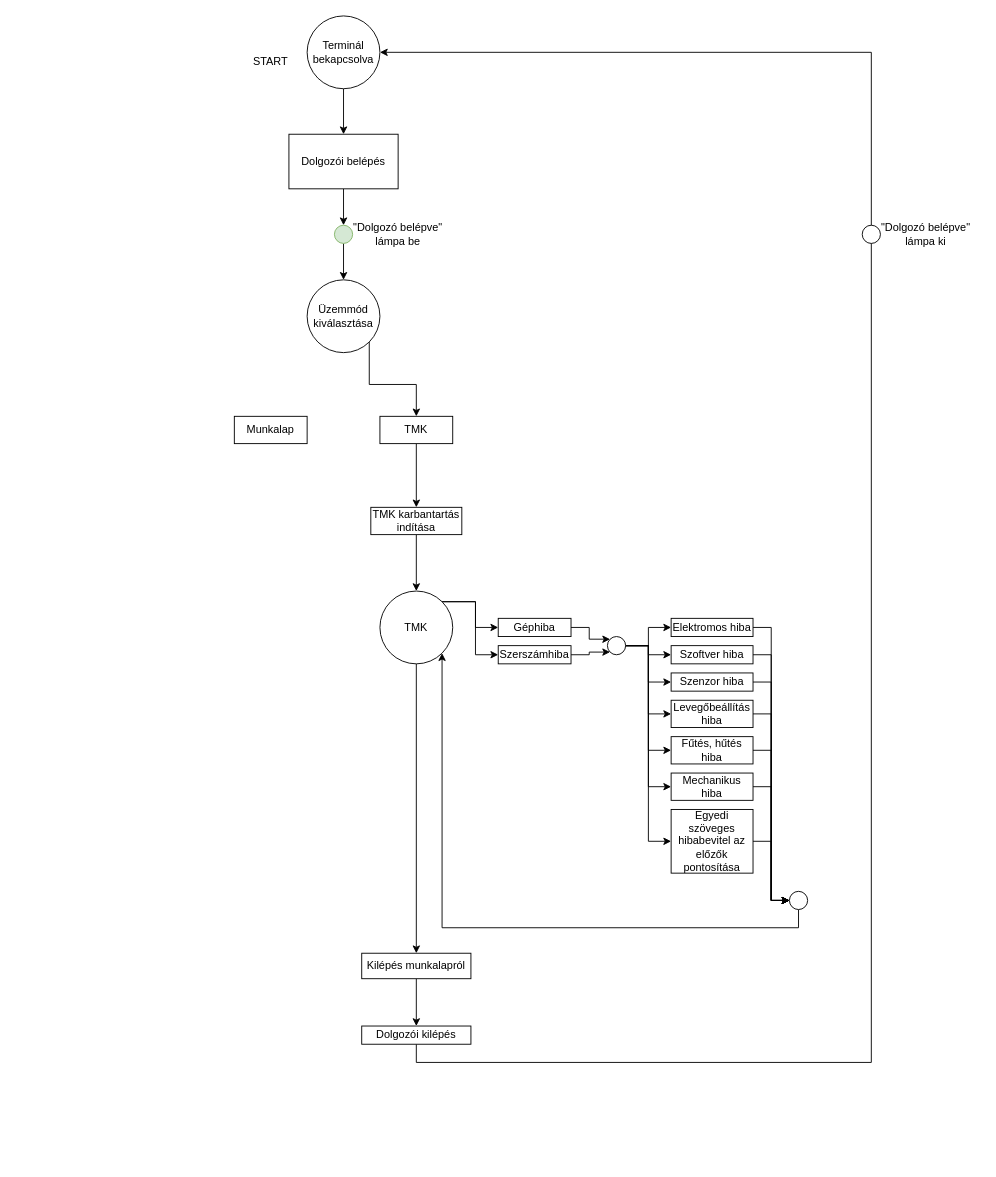
Before: mesterminal_flowchart.drawio in KerteszZoltan/mesterminal, a draw.io diagram. Source tidied: cells renumbered, new cells numbered last; positions are measured from the earlier drawing's top-left corner, leaving out a move shared by most shapes. Both pictures are drawn from the tidied source at 91%, with x=0, y=0 at pixel (234, 15).
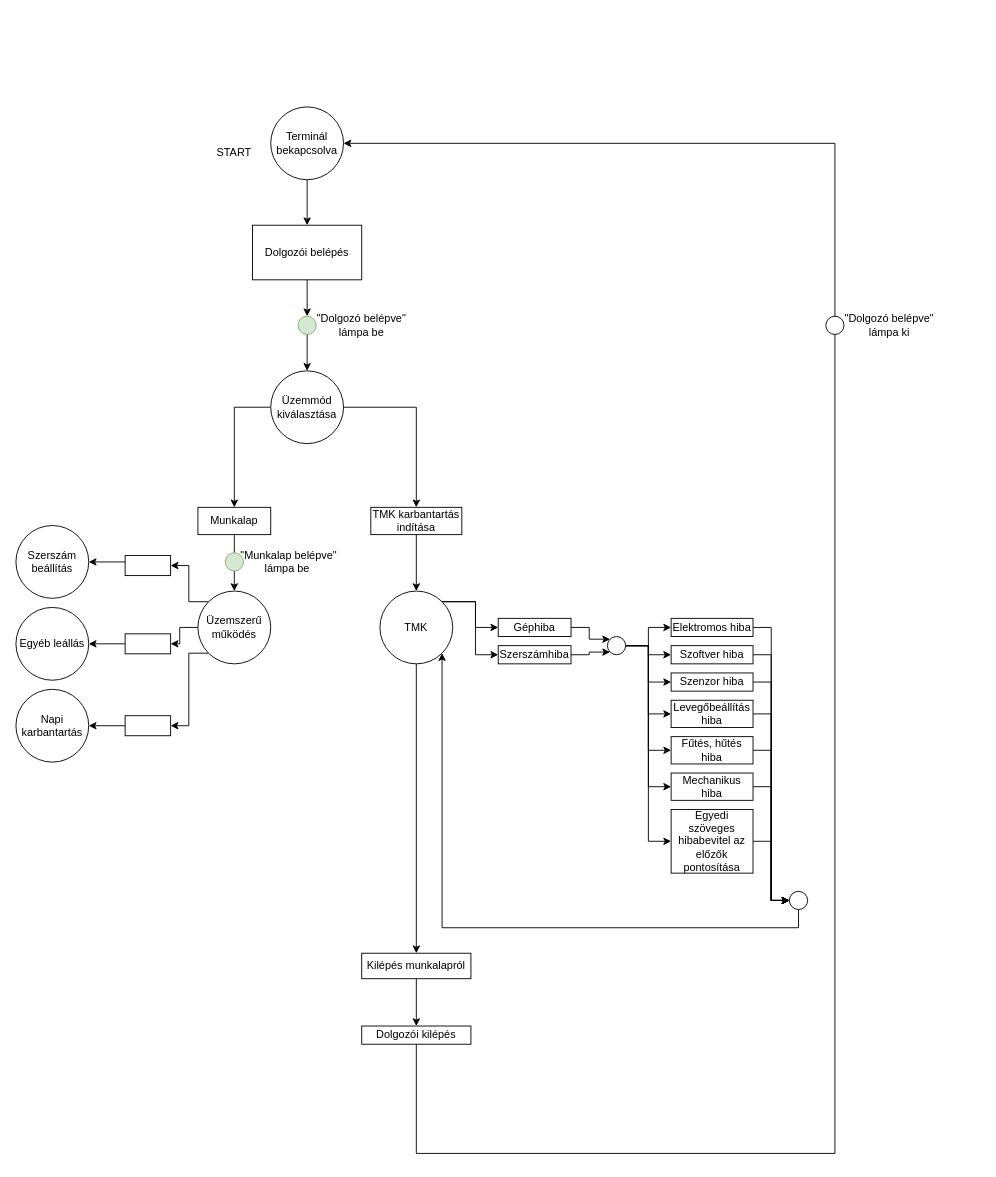
After the change.

Commit message:
uzemszeru process save

The change refers to these unchanged cells:
```xml
<mxCell id="16" value="TMK karbantartás indítása" style="rounded=0;whiteSpace=wrap;html=1;" parent="1" vertex="1">
  <mxGeometry x="150" y="540" width="100" height="30" as="geometry" />
</mxCell>
<mxCell id="52" value="Dolgozói kilépés" style="rounded=0;whiteSpace=wrap;html=1;" parent="1" vertex="1">
  <mxGeometry x="140" y="1110" width="120" height="20" as="geometry" />
</mxCell>
```

The edit, as a diff of the source:
```diff
@@
     <mxCell id="3" value="Terminál bekapcsolva" style="ellipse;whiteSpace=wrap;html=1;" parent="1" vertex="1">
-      <mxGeometry x="80" width="80" height="80" as="geometry" />
+      <mxGeometry x="40" y="100" width="80" height="80" as="geometry" />
     </mxCell>
     <mxCell id="4" value="START" style="text;html=1;strokeColor=none;fillColor=none;align=center;verticalAlign=middle;whiteSpace=wrap;rounded=0;" parent="1" vertex="1">
-      <mxGeometry x="20" y="40" width="40" height="20" as="geometry" />
+      <mxGeometry x="-20" y="140" width="40" height="20" as="geometry" />
     </mxCell>
@@
     <mxCell id="6" value="Dolgozói belépés" style="rounded=0;whiteSpace=wrap;html=1;" parent="1" vertex="1">
-      <mxGeometry x="60" y="130" width="120" height="60" as="geometry" />
+      <mxGeometry x="20" y="230" width="120" height="60" as="geometry" />
     </mxCell>
-    <mxCell id="7" style="edgeStyle=orthogonalEdgeStyle;rounded=0;jettySize=auto;html=1;exitX=1;exitY=1;exitDx=0;exitDy=0;entryX=0.5;entryY=0;entryDx=0;entryDy=0;" parent="1" edge="1" source="8" target="14">
-      <mxGeometry relative="1" as="geometry" />
-    </mxCell>
+    <mxCell id="55" style="edgeStyle=orthogonalEdgeStyle;rounded=0;jettySize=auto;html=1;exitX=1;exitY=0.5;exitDx=0;exitDy=0;" parent="1" edge="1" source="8" target="16">
+      <mxGeometry relative="1" as="geometry" />
+    </mxCell>
+    <mxCell id="56" style="edgeStyle=orthogonalEdgeStyle;rounded=0;jettySize=auto;html=1;exitX=0;exitY=0.5;exitDx=0;exitDy=0;entryX=0.5;entryY=0;entryDx=0;entryDy=0;" parent="1" edge="1" source="8" target="12">
+      <mxGeometry relative="1" as="geometry" />
+    </mxCell>
     <mxCell id="8" value="Üzemmód kiválasztása" style="ellipse;whiteSpace=wrap;html=1;" parent="1" vertex="1">
-      <mxGeometry x="80" y="290" width="80" height="80" as="geometry" />
+      <mxGeometry x="40" y="390" width="80" height="80" as="geometry" />
     </mxCell>
@@
     <mxCell id="10" style="ellipse;whiteSpace=wrap;html=1;fillColor=#d5e8d4;strokeColor=#82b366;" parent="1" vertex="1">
-      <mxGeometry x="110" y="230" width="20" height="20" as="geometry" />
+      <mxGeometry x="70" y="330" width="20" height="20" as="geometry" />
     </mxCell>
     <mxCell id="11" value="&quot;Dolgozó belépve&quot; lámpa be" style="text;html=1;strokeColor=none;fillColor=none;align=center;verticalAlign=middle;whiteSpace=wrap;rounded=0;" parent="1" vertex="1">
-      <mxGeometry x="120" y="230" width="120" height="20" as="geometry" />
+      <mxGeometry x="80" y="330" width="120" height="20" as="geometry" />
     </mxCell>
+    <mxCell id="57" style="edgeStyle=orthogonalEdgeStyle;rounded=0;jettySize=auto;html=1;" parent="1" edge="1" source="12" target="62">
+      <mxGeometry relative="1" as="geometry" />
+    </mxCell>
     <mxCell id="12" value="Munkalap" style="rounded=0;whiteSpace=wrap;html=1;" parent="1" vertex="1">
-      <mxGeometry y="440" width="80" height="30" as="geometry" />
+      <mxGeometry x="-40" y="540" width="80" height="30" as="geometry" />
     </mxCell>
-    <mxCell id="13" style="edgeStyle=orthogonalEdgeStyle;rounded=0;jettySize=auto;html=1;" parent="1" edge="1" source="14" target="16">
-      <mxGeometry relative="1" as="geometry" />
-    </mxCell>
-    <mxCell id="14" value="TMK" style="rounded=0;whiteSpace=wrap;html=1;" parent="1" vertex="1">
-      <mxGeometry x="160" y="440" width="80" height="30" as="geometry" />
-    </mxCell>
@@
     <mxCell id="51" style="edgeStyle=orthogonalEdgeStyle;rounded=0;jettySize=auto;html=1;exitX=0.5;exitY=1;exitDx=0;exitDy=0;entryX=1;entryY=0.5;entryDx=0;entryDy=0;" parent="1" edge="1" source="52" target="3">
       <mxGeometry relative="1" as="geometry">
         <Array as="points">
-          <mxPoint x="200" y="1150" />
-          <mxPoint x="700" y="1150" />
-          <mxPoint x="700" y="40" />
+          <mxPoint x="200" y="1250" />
+          <mxPoint x="660" y="1250" />
+          <mxPoint x="660" y="140" />
         </Array>
       </mxGeometry>
     </mxCell>
@@
     <mxCell id="53" style="ellipse;whiteSpace=wrap;html=1;" parent="1" vertex="1">
-      <mxGeometry x="690" y="230" width="20" height="20" as="geometry" />
+      <mxGeometry x="650" y="330" width="20" height="20" as="geometry" />
     </mxCell>
     <mxCell id="54" value="&quot;Dolgozó belépve&quot; lámpa ki" style="text;html=1;strokeColor=none;fillColor=none;align=center;verticalAlign=middle;whiteSpace=wrap;rounded=0;" parent="1" vertex="1">
-      <mxGeometry x="700" y="230" width="120" height="20" as="geometry" />
+      <mxGeometry x="660" y="330" width="120" height="20" as="geometry" />
     </mxCell>
+    <mxCell id="58" style="ellipse;whiteSpace=wrap;html=1;fillColor=#d5e8d4;strokeColor=#82b366;" parent="1" vertex="1">
+      <mxGeometry x="-10" y="590" width="20" height="20" as="geometry" />
+    </mxCell>
+    <mxCell id="59" style="edgeStyle=orthogonalEdgeStyle;rounded=0;jettySize=auto;html=1;exitX=0;exitY=0;exitDx=0;exitDy=0;entryX=1;entryY=0.5;entryDx=0;entryDy=0;" parent="1" edge="1" source="62" target="68">
+      <mxGeometry relative="1" as="geometry">
+        <Array as="points">
+          <mxPoint x="-50" y="644" />
+          <mxPoint x="-50" y="604" />
+        </Array>
+      </mxGeometry>
+    </mxCell>
+    <mxCell id="60" style="edgeStyle=orthogonalEdgeStyle;rounded=0;jettySize=auto;html=1;exitX=0;exitY=0.5;exitDx=0;exitDy=0;entryX=1;entryY=0.5;entryDx=0;entryDy=0;" parent="1" edge="1" source="62" target="70">
+      <mxGeometry relative="1" as="geometry">
+        <Array as="points">
+          <mxPoint x="-60" y="672" />
+          <mxPoint x="-60" y="690" />
+        </Array>
+      </mxGeometry>
+    </mxCell>
+    <mxCell id="61" style="edgeStyle=orthogonalEdgeStyle;rounded=0;jettySize=auto;html=1;exitX=0;exitY=1;exitDx=0;exitDy=0;entryX=1;entryY=0.5;entryDx=0;entryDy=0;" parent="1" edge="1" source="62" target="72">
+      <mxGeometry relative="1" as="geometry">
+        <Array as="points">
+          <mxPoint x="-50" y="700" />
+          <mxPoint x="-50" y="780" />
+        </Array>
+      </mxGeometry>
+    </mxCell>
+    <mxCell id="62" value="Üzemszerű működés" style="ellipse;whiteSpace=wrap;html=1;" parent="1" vertex="1">
+      <mxGeometry x="-40" y="632" width="80" height="80" as="geometry" />
+    </mxCell>
+    <mxCell id="63" value="&quot;Munkalap belépve&quot; lámpa be&amp;nbsp;" style="text;html=1;strokeColor=none;fillColor=none;align=center;verticalAlign=middle;whiteSpace=wrap;rounded=0;" parent="1" vertex="1">
+      <mxGeometry y="585" width="120" height="30" as="geometry" />
+    </mxCell>
+    <mxCell id="64" value="Szerszám beállítás" style="ellipse;whiteSpace=wrap;html=1;" parent="1" vertex="1">
+      <mxGeometry x="-240" y="560" width="80" height="80" as="geometry" />
+    </mxCell>
+    <mxCell id="65" value="Egyéb leállás" style="ellipse;whiteSpace=wrap;html=1;" parent="1" vertex="1">
+      <mxGeometry x="-240" y="650" width="80" height="80" as="geometry" />
+    </mxCell>
+    <mxCell id="66" value="Napi karbantartás" style="ellipse;whiteSpace=wrap;html=1;" parent="1" vertex="1">
+      <mxGeometry x="-240" y="740" width="80" height="80" as="geometry" />
+    </mxCell>
+    <mxCell id="67" style="edgeStyle=orthogonalEdgeStyle;rounded=0;jettySize=auto;html=1;" parent="1" edge="1" source="68" target="64">
+      <mxGeometry relative="1" as="geometry">
+        <Array as="points">
+          <mxPoint x="-130" y="600" />
+          <mxPoint x="-130" y="600" />
+        </Array>
+      </mxGeometry>
+    </mxCell>
+    <mxCell id="68" style="rounded=0;whiteSpace=wrap;html=1;" parent="1" vertex="1">
+      <mxGeometry x="-120" y="593" width="50" height="22" as="geometry" />
+    </mxCell>
+    <mxCell id="69" style="edgeStyle=orthogonalEdgeStyle;rounded=0;jettySize=auto;html=1;" parent="1" edge="1" source="70" target="65">
+      <mxGeometry relative="1" as="geometry" />
+    </mxCell>
+    <mxCell id="70" style="rounded=0;whiteSpace=wrap;html=1;" parent="1" vertex="1">
+      <mxGeometry x="-120" y="679" width="50" height="22" as="geometry" />
+    </mxCell>
+    <mxCell id="71" style="edgeStyle=orthogonalEdgeStyle;rounded=0;jettySize=auto;html=1;" parent="1" edge="1" source="72" target="66">
+      <mxGeometry relative="1" as="geometry" />
+    </mxCell>
+    <mxCell id="72" style="rounded=0;whiteSpace=wrap;html=1;" parent="1" vertex="1">
+      <mxGeometry x="-120" y="769" width="50" height="22" as="geometry" />
+    </mxCell>
```
